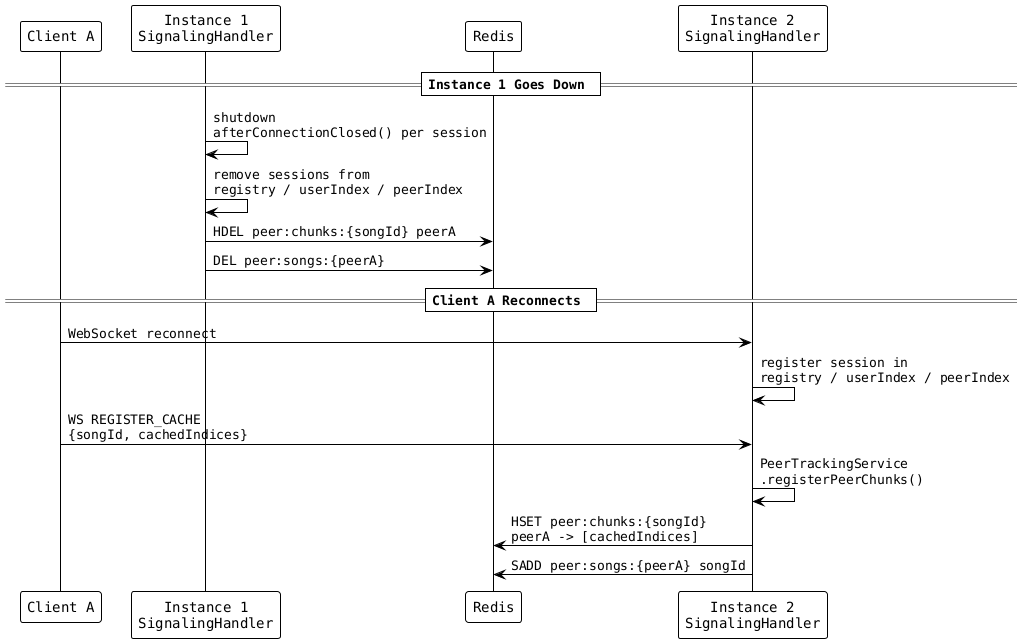
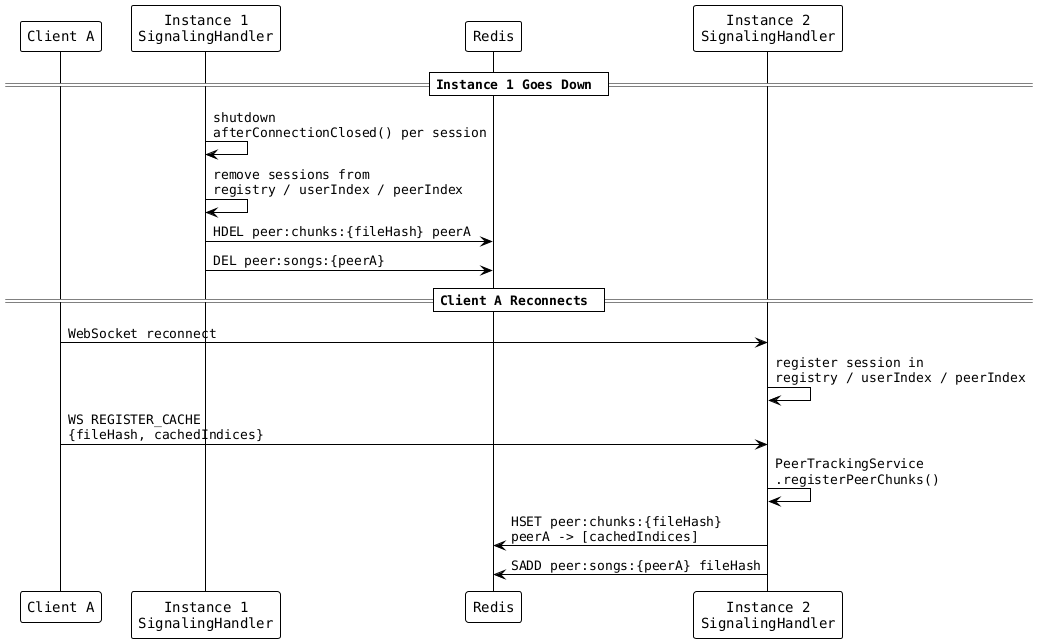
@startuml flow_instance_shutdown
!theme plain
skinparam defaultFontName monospaced

participant "Client A" as clientA
participant "Instance 1\nSignalingHandler" as inst1
participant "Redis" as redis
participant "Instance 2\nSignalingHandler" as inst2

== Instance 1 Goes Down ==

inst1 -> inst1: shutdown\nafterConnectionClosed() per session
inst1 -> inst1: remove sessions from\nregistry / userIndex / peerIndex
- inst1 -> redis: HDEL peer:chunks:{songId} peerA
+ inst1 -> redis: HDEL peer:chunks:{fileHash} peerA
inst1 -> redis: DEL peer:songs:{peerA}

== Client A Reconnects ==

clientA -> inst2: WebSocket reconnect
inst2 -> inst2: register session in\nregistry / userIndex / peerIndex

- clientA -> inst2: WS REGISTER_CACHE\n{songId, cachedIndices}
+ clientA -> inst2: WS REGISTER_CACHE\n{fileHash, cachedIndices}
inst2 -> inst2: PeerTrackingService\n.registerPeerChunks()
- inst2 -> redis: HSET peer:chunks:{songId}\npeerA -> [cachedIndices]
- inst2 -> redis: SADD peer:songs:{peerA} songId
+ inst2 -> redis: HSET peer:chunks:{fileHash}\npeerA -> [cachedIndices]
+ inst2 -> redis: SADD peer:songs:{peerA} fileHash

@enduml
